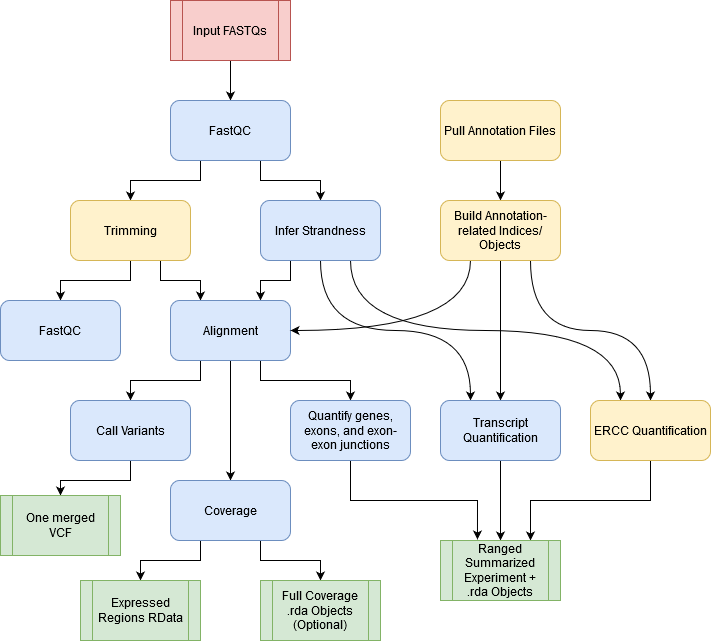
The draw.io diagram documentation/images/4_workflow.png in LieberInstitute/SPEAQeasy, before a commit. Source tidied: cells renumbered, new cells last; positions are measured from the earlier drawing's top-left corner, leaving out a move shared by most shapes. Its diagram source:
```xml
<mxGraphModel>
  <root>
    <mxCell id="0" />
    <mxCell id="1" parent="0" />
    <mxCell id="2" style="edgeStyle=orthogonalEdgeStyle;rounded=0;jettySize=auto;html=1;exitX=0.5;exitY=1;exitDx=0;exitDy=0;entryX=0.5;entryY=0;entryDx=0;entryDy=0;" parent="1" edge="1" source="3" target="6">
      <mxGeometry relative="1" as="geometry" />
    </mxCell>
    <mxCell id="3" value="Input FASTQs" style="shape=process;whiteSpace=wrap;html=1;backgroundOutline=1;fillColor=#f8cecc;strokeColor=#b85450;" parent="1" vertex="1">
      <mxGeometry x="170" width="120" height="60" as="geometry" />
    </mxCell>
    <mxCell id="4" style="edgeStyle=orthogonalEdgeStyle;rounded=0;jettySize=auto;html=1;exitX=0.25;exitY=1;exitDx=0;exitDy=0;" parent="1" edge="1" source="6" target="9">
      <mxGeometry relative="1" as="geometry" />
    </mxCell>
    <mxCell id="5" style="edgeStyle=orthogonalEdgeStyle;rounded=0;jettySize=auto;html=1;exitX=0.75;exitY=1;exitDx=0;exitDy=0;entryX=0.5;entryY=0;entryDx=0;entryDy=0;" parent="1" edge="1" source="6" target="13">
      <mxGeometry relative="1" as="geometry" />
    </mxCell>
    <mxCell id="6" value="FastQC" style="rounded=1;whiteSpace=wrap;html=1;fillColor=#dae8fc;strokeColor=#6c8ebf;" parent="1" vertex="1">
      <mxGeometry x="170" y="100" width="120" height="60" as="geometry" />
    </mxCell>
    <mxCell id="7" style="edgeStyle=orthogonalEdgeStyle;rounded=0;jettySize=auto;html=1;exitX=0.5;exitY=1;exitDx=0;exitDy=0;entryX=0.5;entryY=0;entryDx=0;entryDy=0;" parent="1" edge="1" source="9" target="14">
      <mxGeometry relative="1" as="geometry" />
    </mxCell>
    <mxCell id="8" style="edgeStyle=orthogonalEdgeStyle;rounded=0;jettySize=auto;html=1;exitX=0.75;exitY=1;exitDx=0;exitDy=0;entryX=0.25;entryY=0;entryDx=0;entryDy=0;" parent="1" edge="1" source="9" target="18">
      <mxGeometry relative="1" as="geometry" />
    </mxCell>
    <mxCell id="9" value="Trimming" style="rounded=1;whiteSpace=wrap;html=1;fillColor=#fff2cc;strokeColor=#d6b656;" parent="1" vertex="1">
      <mxGeometry x="70" y="200" width="120" height="60" as="geometry" />
    </mxCell>
    <mxCell id="10" style="edgeStyle=orthogonalEdgeStyle;rounded=0;jettySize=auto;html=1;exitX=0.25;exitY=1;exitDx=0;exitDy=0;entryX=0.75;entryY=0;entryDx=0;entryDy=0;" parent="1" edge="1" source="13" target="18">
      <mxGeometry relative="1" as="geometry" />
    </mxCell>
    <mxCell id="11" style="edgeStyle=orthogonalEdgeStyle;jettySize=auto;html=1;curved=1;entryX=0.25;entryY=0;entryDx=0;entryDy=0;" parent="1" edge="1" source="13" target="36">
      <mxGeometry relative="1" as="geometry">
        <Array as="points">
          <mxPoint x="320" y="330" />
          <mxPoint x="470" y="330" />
        </Array>
      </mxGeometry>
    </mxCell>
    <mxCell id="12" style="edgeStyle=orthogonalEdgeStyle;curved=1;jettySize=auto;html=1;exitX=0.75;exitY=1;exitDx=0;exitDy=0;entryX=0.25;entryY=0;entryDx=0;entryDy=0;" parent="1" edge="1" source="13" target="38">
      <mxGeometry relative="1" as="geometry" />
    </mxCell>
    <mxCell id="13" value="Infer Strandness" style="rounded=1;whiteSpace=wrap;html=1;fillColor=#dae8fc;strokeColor=#6c8ebf;" parent="1" vertex="1">
      <mxGeometry x="260" y="200" width="120" height="60" as="geometry" />
    </mxCell>
    <mxCell id="14" value="FastQC" style="rounded=1;whiteSpace=wrap;html=1;fillColor=#dae8fc;strokeColor=#6c8ebf;" parent="1" vertex="1">
      <mxGeometry y="300" width="120" height="60" as="geometry" />
    </mxCell>
    <mxCell id="15" style="edgeStyle=orthogonalEdgeStyle;rounded=0;jettySize=auto;html=1;exitX=0.25;exitY=1;exitDx=0;exitDy=0;entryX=0.5;entryY=0;entryDx=0;entryDy=0;" parent="1" edge="1" source="18" target="20">
      <mxGeometry relative="1" as="geometry" />
    </mxCell>
    <mxCell id="16" style="edgeStyle=orthogonalEdgeStyle;rounded=0;jettySize=auto;html=1;exitX=0.5;exitY=1;exitDx=0;exitDy=0;" parent="1" edge="1" source="18" target="24">
      <mxGeometry relative="1" as="geometry" />
    </mxCell>
    <mxCell id="17" style="edgeStyle=orthogonalEdgeStyle;rounded=0;jettySize=auto;html=1;exitX=0.75;exitY=1;exitDx=0;exitDy=0;entryX=0.5;entryY=0;entryDx=0;entryDy=0;" parent="1" edge="1" source="18" target="26">
      <mxGeometry relative="1" as="geometry" />
    </mxCell>
    <mxCell id="18" value="&lt;div&gt;Alignment&lt;/div&gt;" style="rounded=1;whiteSpace=wrap;html=1;fillColor=#dae8fc;strokeColor=#6c8ebf;" parent="1" vertex="1">
      <mxGeometry x="170" y="300" width="120" height="60" as="geometry" />
    </mxCell>
    <mxCell id="19" style="edgeStyle=orthogonalEdgeStyle;rounded=0;jettySize=auto;html=1;exitX=0.5;exitY=1;exitDx=0;exitDy=0;" parent="1" edge="1" source="20" target="21">
      <mxGeometry relative="1" as="geometry" />
    </mxCell>
    <mxCell id="20" value="&lt;div&gt;Call Variants&lt;/div&gt;" style="rounded=1;whiteSpace=wrap;html=1;fillColor=#dae8fc;strokeColor=#6c8ebf;" parent="1" vertex="1">
      <mxGeometry x="70" y="400" width="120" height="60" as="geometry" />
    </mxCell>
    <mxCell id="21" value="One merged VCF" style="shape=process;whiteSpace=wrap;html=1;backgroundOutline=1;fillColor=#d5e8d4;strokeColor=#82b366;" parent="1" vertex="1">
      <mxGeometry y="495" width="120" height="60" as="geometry" />
    </mxCell>
    <mxCell id="22" style="edgeStyle=orthogonalEdgeStyle;rounded=0;jettySize=auto;html=1;exitX=0.25;exitY=1;exitDx=0;exitDy=0;entryX=0.5;entryY=0;entryDx=0;entryDy=0;" parent="1" edge="1" source="24" target="27">
      <mxGeometry relative="1" as="geometry" />
    </mxCell>
    <mxCell id="23" style="edgeStyle=orthogonalEdgeStyle;rounded=0;jettySize=auto;html=1;exitX=0.75;exitY=1;exitDx=0;exitDy=0;entryX=0.5;entryY=0;entryDx=0;entryDy=0;" parent="1" edge="1" source="24" target="28">
      <mxGeometry relative="1" as="geometry" />
    </mxCell>
    <mxCell id="24" value="Coverage" style="rounded=1;whiteSpace=wrap;html=1;fillColor=#dae8fc;strokeColor=#6c8ebf;" parent="1" vertex="1">
      <mxGeometry x="170" y="480" width="120" height="60" as="geometry" />
    </mxCell>
    <mxCell id="25" style="edgeStyle=orthogonalEdgeStyle;rounded=0;jettySize=auto;html=1;exitX=0.5;exitY=1;exitDx=0;exitDy=0;entryX=0.308;entryY=-0.017;entryDx=0;entryDy=0;entryPerimeter=0;" parent="1" edge="1" source="26" target="39">
      <mxGeometry relative="1" as="geometry" />
    </mxCell>
    <mxCell id="26" value="Quantify genes, exons, and exon-exon junctions" style="rounded=1;whiteSpace=wrap;html=1;fillColor=#dae8fc;strokeColor=#6c8ebf;" parent="1" vertex="1">
      <mxGeometry x="290" y="400" width="120" height="60" as="geometry" />
    </mxCell>
    <mxCell id="27" value="Expressed Regions RData" style="shape=process;whiteSpace=wrap;html=1;backgroundOutline=1;fillColor=#d5e8d4;strokeColor=#82b366;" parent="1" vertex="1">
      <mxGeometry x="80" y="580" width="120" height="60" as="geometry" />
    </mxCell>
    <mxCell id="28" value="Full Coverage .rda Objects (Optional)" style="shape=process;whiteSpace=wrap;html=1;backgroundOutline=1;fillColor=#d5e8d4;strokeColor=#82b366;" parent="1" vertex="1">
      <mxGeometry x="260" y="580" width="120" height="60" as="geometry" />
    </mxCell>
    <mxCell id="29" style="edgeStyle=orthogonalEdgeStyle;rounded=0;jettySize=auto;html=1;exitX=0.5;exitY=1;exitDx=0;exitDy=0;entryX=0.5;entryY=0;entryDx=0;entryDy=0;" parent="1" edge="1" source="30" target="34">
      <mxGeometry relative="1" as="geometry" />
    </mxCell>
    <mxCell id="30" value="Pull Annotation Files" style="rounded=1;whiteSpace=wrap;html=1;fillColor=#fff2cc;strokeColor=#d6b656;" parent="1" vertex="1">
      <mxGeometry x="440" y="100" width="120" height="60" as="geometry" />
    </mxCell>
    <mxCell id="31" style="edgeStyle=orthogonalEdgeStyle;curved=1;jettySize=auto;html=1;exitX=0.5;exitY=1;exitDx=0;exitDy=0;entryX=0.5;entryY=0;entryDx=0;entryDy=0;" parent="1" edge="1" source="34" target="36">
      <mxGeometry relative="1" as="geometry" />
    </mxCell>
    <mxCell id="32" style="edgeStyle=orthogonalEdgeStyle;curved=1;jettySize=auto;html=1;exitX=0.25;exitY=1;exitDx=0;exitDy=0;entryX=1;entryY=0.5;entryDx=0;entryDy=0;" parent="1" edge="1" source="34" target="18">
      <mxGeometry relative="1" as="geometry" />
    </mxCell>
    <mxCell id="33" style="edgeStyle=orthogonalEdgeStyle;curved=1;jettySize=auto;html=1;exitX=0.75;exitY=1;exitDx=0;exitDy=0;" parent="1" edge="1" source="34" target="38">
      <mxGeometry relative="1" as="geometry" />
    </mxCell>
    <mxCell id="34" value="Build Annotation-related Indices/ Objects" style="rounded=1;whiteSpace=wrap;html=1;fillColor=#fff2cc;strokeColor=#d6b656;" parent="1" vertex="1">
      <mxGeometry x="440" y="200" width="120" height="60" as="geometry" />
    </mxCell>
    <mxCell id="35" style="edgeStyle=orthogonalEdgeStyle;rounded=0;jettySize=auto;html=1;exitX=0.5;exitY=1;exitDx=0;exitDy=0;entryX=0.5;entryY=0;entryDx=0;entryDy=0;" parent="1" edge="1" source="36" target="39">
      <mxGeometry relative="1" as="geometry" />
    </mxCell>
    <mxCell id="36" value="Transcript Quantification" style="rounded=1;whiteSpace=wrap;html=1;fillColor=#dae8fc;strokeColor=#6c8ebf;" parent="1" vertex="1">
      <mxGeometry x="440" y="400" width="120" height="60" as="geometry" />
    </mxCell>
    <mxCell id="37" style="edgeStyle=orthogonalEdgeStyle;rounded=0;jettySize=auto;html=1;exitX=0.5;exitY=1;exitDx=0;exitDy=0;entryX=0.75;entryY=0;entryDx=0;entryDy=0;" parent="1" edge="1" source="38" target="39">
      <mxGeometry relative="1" as="geometry" />
    </mxCell>
    <mxCell id="38" value="ERCC Quantification" style="rounded=1;whiteSpace=wrap;html=1;fillColor=#fff2cc;strokeColor=#d6b656;" parent="1" vertex="1">
      <mxGeometry x="590" y="400" width="120" height="60" as="geometry" />
    </mxCell>
    <mxCell id="39" value="Ranged Summarized Experiment + .rda Objects" style="shape=process;whiteSpace=wrap;html=1;backgroundOutline=1;fillColor=#d5e8d4;strokeColor=#82b366;" parent="1" vertex="1">
      <mxGeometry x="440" y="540" width="120" height="60" as="geometry" />
    </mxCell>
  </root>
</mxGraphModel>
```
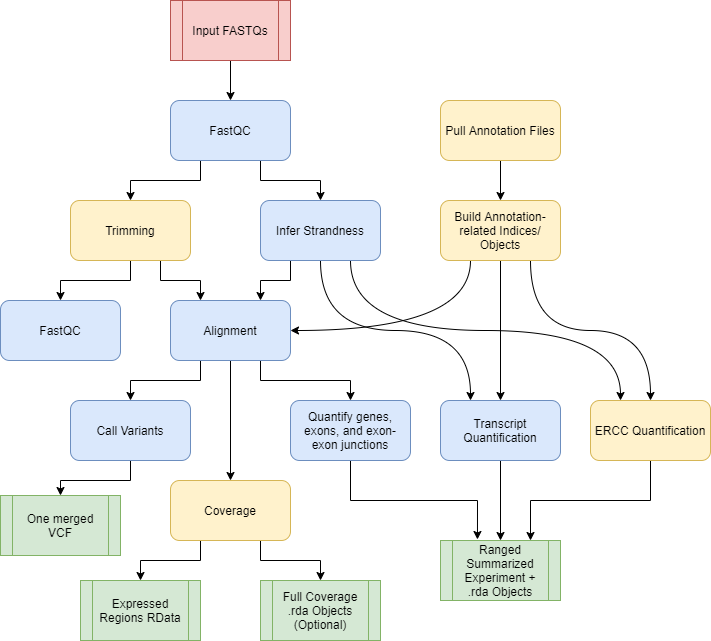
After the commit.

Commit message:
Update the workflow image and provide a caption

The edit, as a diff of the source:
```diff
@@ -73,7 +73,7 @@
     <mxCell id="23" style="edgeStyle=orthogonalEdgeStyle;rounded=0;jettySize=auto;html=1;exitX=0.75;exitY=1;exitDx=0;exitDy=0;entryX=0.5;entryY=0;entryDx=0;entryDy=0;" parent="1" edge="1" source="24" target="28">
       <mxGeometry relative="1" as="geometry" />
     </mxCell>
-    <mxCell id="24" value="Coverage" style="rounded=1;whiteSpace=wrap;html=1;fillColor=#dae8fc;strokeColor=#6c8ebf;" parent="1" vertex="1">
+    <mxCell id="24" value="Coverage" style="rounded=1;whiteSpace=wrap;html=1;fillColor=#fff2cc;strokeColor=#d6b656;" parent="1" vertex="1">
       <mxGeometry x="170" y="480" width="120" height="60" as="geometry" />
     </mxCell>
     <mxCell id="25" style="edgeStyle=orthogonalEdgeStyle;rounded=0;jettySize=auto;html=1;exitX=0.5;exitY=1;exitDx=0;exitDy=0;entryX=0.308;entryY=-0.017;entryDx=0;entryDy=0;entryPerimeter=0;" parent="1" edge="1" source="26" target="39">
```
